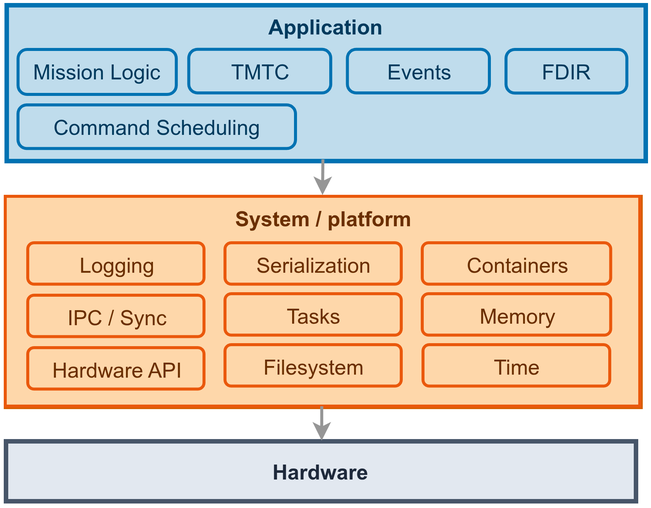
robamu/robamu.github.io keeps this draw.io diagram as static/sat-rs/book/images/satrs-arch-generic.drawio.png. Above is the earlier version. Source tidied: cells renumbered, new cells last; positions are measured from the earlier drawing's top-left corner, leaving out a move shared by most shapes.
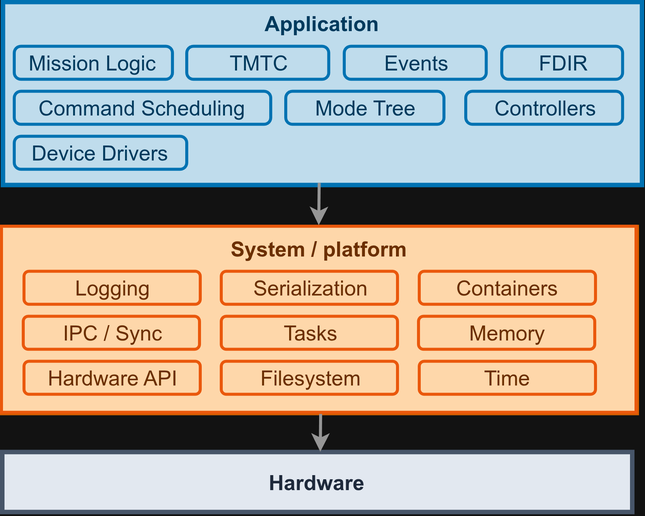
After the change.

Diff of the diagram source:
```diff
@@ -3,67 +3,73 @@
     <mxCell id="0" />
     <mxCell id="1" parent="0" />
     <mxCell id="2" value="Application" style="rounded=0;arcSize=20;strokeWidth=3;fillColor=#BFDCEC;strokeColor=#0072B2;fontSize=14;fontColor=#003A5D;labelBackgroundColor=none;fontStyle=1;labelPosition=center;verticalLabelPosition=middle;align=center;verticalAlign=top;spacingTop=0;perimeterSpacing=1;" parent="1" vertex="1">
-      <mxGeometry x="1" width="426" height="104" as="geometry" />
+      <mxGeometry x="1" y="-22" width="426" height="122" as="geometry" />
     </mxCell>
     <mxCell id="3" value="Hardware" style="rounded=0;arcSize=20;strokeWidth=3;fillColor=#E2E8F0;strokeColor=#475569;fontColor=#1E293B;labelBackgroundColor=none;fontStyle=1;fontSize=14;perimeterSpacing=1;" parent="1" vertex="1">
-      <mxGeometry x="0.5" y="291" width="420" height="40" as="geometry" />
+      <mxGeometry x="0.5" y="278" width="420" height="40" as="geometry" />
     </mxCell>
     <mxCell id="4" style="rounded=0;jettySize=auto;html=1;entryX=0.5;entryY=-0.006;entryDx=0;entryDy=0;entryPerimeter=0;strokeWidth=2;labelBackgroundColor=none;strokeColor=#969696;fontColor=default;exitX=0.496;exitY=0.984;exitDx=0;exitDy=0;exitPerimeter=0;edgeStyle=orthogonalEdgeStyle;curved=0;" parent="1" edge="1" source="2" target="6">
       <mxGeometry relative="1" as="geometry" />
     </mxCell>
     <mxCell id="5" style="group;fillColor=#FFF7ED;rounded=0;labelBackgroundColor=none;fontColor=#6B2F00;strokeColor=#D55E00;strokeWidth=3;perimeterSpacing=1;" parent="1" vertex="1">
-      <mxGeometry x="0.5" y="128" width="423" height="140" as="geometry" />
+      <mxGeometry x="0.5" y="128" width="423" height="124" as="geometry" />
     </mxCell>
     <mxCell id="6" value="System / platform" style="whiteSpace=wrap;strokeWidth=2;verticalAlign=top;fillColor=#FED7AA;strokeColor=#EA580C;fontColor=#6B2F00;fontSize=14;rounded=0;labelBackgroundColor=none;fontStyle=1;" parent="5" vertex="1">
-      <mxGeometry width="423" height="140" as="geometry" />
+      <mxGeometry width="423" height="124" as="geometry" />
     </mxCell>
-    <mxCell id="7" value="&lt;span style=&quot;font-weight: normal;&quot;&gt;Logging&lt;br&gt;&lt;/span&gt;" style="rounded=1;whiteSpace=wrap;html=1;fillColor=#FED7AA;fontColor=#6B2F00;strokeColor=#EA580C;labelBackgroundColor=none;strokeWidth=2;align=center;verticalAlign=top;fontFamily=Helvetica;fontSize=14;fontStyle=1;" parent="5" vertex="1">
-      <mxGeometry x="15" y="31" width="117.5" height="27.6" as="geometry" />
+    <mxCell id="7" value="&lt;span style=&quot;font-weight: normal;&quot;&gt;Logging&lt;br&gt;&lt;/span&gt;" style="rounded=1;whiteSpace=wrap;html=1;fillColor=#FED7AA;fontColor=#6B2F00;strokeColor=#EA580C;labelBackgroundColor=none;strokeWidth=2;align=center;verticalAlign=middle;fontFamily=Helvetica;fontSize=14;fontStyle=1;" parent="5" vertex="1">
+      <mxGeometry x="15" y="30" width="117.5" height="22" as="geometry" />
     </mxCell>
-    <mxCell id="8" value="&lt;span style=&quot;font-weight: normal;&quot;&gt;Serialization&lt;/span&gt;" style="rounded=1;whiteSpace=wrap;html=1;fillColor=#FED7AA;fontColor=#6B2F00;strokeColor=#EA580C;labelBackgroundColor=none;strokeWidth=2;align=center;verticalAlign=top;fontFamily=Helvetica;fontSize=14;fontStyle=1;" parent="5" vertex="1">
-      <mxGeometry x="146.5" y="31" width="117.5" height="27.6" as="geometry" />
+    <mxCell id="8" value="&lt;span style=&quot;font-weight: normal;&quot;&gt;Serialization&lt;/span&gt;" style="rounded=1;whiteSpace=wrap;html=1;fillColor=#FED7AA;fontColor=#6B2F00;strokeColor=#EA580C;labelBackgroundColor=none;strokeWidth=2;align=center;verticalAlign=middle;fontFamily=Helvetica;fontSize=14;fontStyle=1;" parent="5" vertex="1">
+      <mxGeometry x="146.5" y="30" width="117.5" height="22" as="geometry" />
     </mxCell>
-    <mxCell id="9" value="&lt;span style=&quot;font-weight: normal;&quot;&gt;Containers&lt;/span&gt;" style="rounded=1;whiteSpace=wrap;html=1;fillColor=#FED7AA;fontColor=#6B2F00;strokeColor=#EA580C;labelBackgroundColor=none;strokeWidth=2;align=center;verticalAlign=top;fontFamily=Helvetica;fontSize=14;fontStyle=1;" parent="5" vertex="1">
-      <mxGeometry x="278" y="31" width="125.6" height="27.6" as="geometry" />
+    <mxCell id="9" value="&lt;span style=&quot;font-weight: normal;&quot;&gt;Containers&lt;/span&gt;" style="rounded=1;whiteSpace=wrap;html=1;fillColor=#FED7AA;fontColor=#6B2F00;strokeColor=#EA580C;labelBackgroundColor=none;strokeWidth=2;align=center;verticalAlign=middle;fontFamily=Helvetica;fontSize=14;fontStyle=1;" parent="5" vertex="1">
+      <mxGeometry x="278.5" y="30" width="117.5" height="22" as="geometry" />
     </mxCell>
-    <mxCell id="10" value="&lt;span style=&quot;font-weight: normal;&quot;&gt;IPC / Sync&lt;/span&gt;" style="rounded=1;whiteSpace=wrap;html=1;fillColor=#FED7AA;fontColor=#6B2F00;strokeColor=#EA580C;labelBackgroundColor=none;strokeWidth=2;align=center;verticalAlign=top;fontFamily=Helvetica;fontSize=14;fontStyle=1;" parent="5" vertex="1">
-      <mxGeometry x="15" y="66" width="117.5" height="27.6" as="geometry" />
+    <mxCell id="10" value="&lt;span style=&quot;font-weight: normal;&quot;&gt;IPC / Sync&lt;/span&gt;" style="rounded=1;whiteSpace=wrap;html=1;fillColor=#FED7AA;fontColor=#6B2F00;strokeColor=#EA580C;labelBackgroundColor=none;strokeWidth=2;align=center;verticalAlign=middle;fontFamily=Helvetica;fontSize=14;fontStyle=1;" parent="5" vertex="1">
+      <mxGeometry x="14.5" y="60" width="117.5" height="22" as="geometry" />
     </mxCell>
-    <mxCell id="11" value="&lt;span style=&quot;font-weight: normal;&quot;&gt;Memory&lt;/span&gt;" style="rounded=1;whiteSpace=wrap;html=1;fillColor=#FED7AA;fontColor=#6B2F00;strokeColor=#EA580C;labelBackgroundColor=none;strokeWidth=2;align=center;verticalAlign=top;fontFamily=Helvetica;fontSize=14;fontStyle=1;" parent="5" vertex="1">
-      <mxGeometry x="278" y="65" width="125.6" height="27.6" as="geometry" />
+    <mxCell id="11" value="&lt;span style=&quot;font-weight: normal;&quot;&gt;Memory&lt;/span&gt;" style="rounded=1;whiteSpace=wrap;html=1;fillColor=#FED7AA;fontColor=#6B2F00;strokeColor=#EA580C;labelBackgroundColor=none;strokeWidth=2;align=center;verticalAlign=middle;fontFamily=Helvetica;fontSize=14;fontStyle=1;" parent="5" vertex="1">
+      <mxGeometry x="278" y="60" width="117.5" height="22" as="geometry" />
     </mxCell>
-    <mxCell id="12" value="&lt;span style=&quot;font-weight: normal;&quot;&gt;Tasks&lt;/span&gt;" style="rounded=1;whiteSpace=wrap;html=1;fillColor=#FED7AA;fontColor=#6B2F00;strokeColor=#EA580C;labelBackgroundColor=none;strokeWidth=2;align=center;verticalAlign=top;fontFamily=Helvetica;fontSize=14;fontStyle=1;" parent="5" vertex="1">
-      <mxGeometry x="146.5" y="65" width="117.5" height="27.6" as="geometry" />
+    <mxCell id="12" value="&lt;span style=&quot;font-weight: normal;&quot;&gt;Tasks&lt;/span&gt;" style="rounded=1;whiteSpace=wrap;html=1;fillColor=#FED7AA;fontColor=#6B2F00;strokeColor=#EA580C;labelBackgroundColor=none;strokeWidth=2;align=center;verticalAlign=middle;fontFamily=Helvetica;fontSize=14;fontStyle=1;" parent="5" vertex="1">
+      <mxGeometry x="146.5" y="60" width="117.5" height="22" as="geometry" />
     </mxCell>
-    <mxCell id="13" value="&lt;span style=&quot;font-weight: normal;&quot;&gt;Hardware API&lt;/span&gt;" style="rounded=1;whiteSpace=wrap;html=1;fillColor=#FED7AA;fontColor=#6B2F00;strokeColor=#EA580C;labelBackgroundColor=none;strokeWidth=2;align=center;verticalAlign=top;fontFamily=Helvetica;fontSize=14;fontStyle=1;" parent="5" vertex="1">
-      <mxGeometry x="15" y="101" width="117.5" height="27.6" as="geometry" />
+    <mxCell id="13" value="&lt;span style=&quot;font-weight: normal;&quot;&gt;Hardware API&lt;/span&gt;" style="rounded=1;whiteSpace=wrap;html=1;fillColor=#FED7AA;fontColor=#6B2F00;strokeColor=#EA580C;labelBackgroundColor=none;strokeWidth=2;align=center;verticalAlign=middle;fontFamily=Helvetica;fontSize=14;fontStyle=1;" parent="5" vertex="1">
+      <mxGeometry x="15" y="90" width="117.5" height="22" as="geometry" />
     </mxCell>
-    <mxCell id="14" value="&lt;span style=&quot;font-weight: normal;&quot;&gt;Filesystem&lt;/span&gt;" style="rounded=1;whiteSpace=wrap;html=1;fillColor=#FED7AA;fontColor=#6B2F00;strokeColor=#EA580C;labelBackgroundColor=none;strokeWidth=2;align=center;verticalAlign=top;fontFamily=Helvetica;fontSize=14;fontStyle=1;" parent="5" vertex="1">
-      <mxGeometry x="146.5" y="99" width="117.5" height="27.6" as="geometry" />
+    <mxCell id="14" value="&lt;span style=&quot;font-weight: normal;&quot;&gt;Filesystem&lt;/span&gt;" style="rounded=1;whiteSpace=wrap;html=1;fillColor=#FED7AA;fontColor=#6B2F00;strokeColor=#EA580C;labelBackgroundColor=none;strokeWidth=2;align=center;verticalAlign=middle;fontFamily=Helvetica;fontSize=14;fontStyle=1;" parent="5" vertex="1">
+      <mxGeometry x="146.5" y="90" width="117.5" height="22" as="geometry" />
     </mxCell>
-    <mxCell id="15" value="&lt;span style=&quot;font-weight: normal;&quot;&gt;Time&lt;/span&gt;" style="rounded=1;whiteSpace=wrap;html=1;fillColor=#FED7AA;fontColor=#6B2F00;strokeColor=#EA580C;labelBackgroundColor=none;strokeWidth=2;align=center;verticalAlign=top;fontFamily=Helvetica;fontSize=14;fontStyle=1;" parent="5" vertex="1">
-      <mxGeometry x="278.5" y="99" width="124.5" height="27.6" as="geometry" />
+    <mxCell id="15" value="&lt;span style=&quot;font-weight: normal;&quot;&gt;Time&lt;/span&gt;" style="rounded=1;whiteSpace=wrap;html=1;fillColor=#FED7AA;fontColor=#6B2F00;strokeColor=#EA580C;labelBackgroundColor=none;strokeWidth=2;align=center;verticalAlign=middle;fontFamily=Helvetica;fontSize=14;fontStyle=1;" parent="5" vertex="1">
+      <mxGeometry x="278.5" y="90" width="117.5" height="22" as="geometry" />
     </mxCell>
-    <mxCell id="16" style="edgeStyle=orthogonalEdgeStyle;rounded=0;orthogonalLoop=1;jettySize=auto;html=1;entryX=0.5;entryY=0;entryDx=0;entryDy=0;fontColor=#000000;strokeColor=#969696;strokeWidth=2;exitX=0.46;exitY=1.008;exitDx=0;exitDy=0;exitPerimeter=0;" parent="1" edge="1">
-      <mxGeometry relative="1" as="geometry">
-        <mxPoint x="212.5" y="269.1" as="sourcePoint" />
-        <mxPoint x="211.5" y="291" as="targetPoint" />
-      </mxGeometry>
+    <mxCell id="16" style="edgeStyle=orthogonalEdgeStyle;rounded=0;jettySize=auto;html=1;entryX=0.506;entryY=0.031;entryDx=0;entryDy=0;fontColor=#000000;strokeColor=#969696;strokeWidth=2;exitX=0.503;exitY=1.009;exitDx=0;exitDy=0;entryPerimeter=0;exitPerimeter=0;" parent="1" edge="1" source="6" target="3">
+      <mxGeometry relative="1" as="geometry" />
     </mxCell>
-    <mxCell id="17" value="&lt;span style=&quot;font-weight: normal;&quot;&gt;Command Scheduling&lt;/span&gt;" style="rounded=1;whiteSpace=wrap;html=1;fillColor=#BFDCEC;fontColor=#003A5D;strokeColor=#0072B2;labelBackgroundColor=none;strokeWidth=2;align=center;verticalAlign=top;fontFamily=Helvetica;fontSize=14;fontStyle=1;spacingTop=0;arcSize=20;" parent="1" vertex="1">
-      <mxGeometry x="9" y="67" width="185" height="29.1" as="geometry" />
+    <mxCell id="17" value="&lt;span style=&quot;font-weight: normal;&quot;&gt;Command Scheduling&lt;/span&gt;" style="rounded=1;whiteSpace=wrap;html=1;fillColor=#BFDCEC;fontColor=#003A5D;strokeColor=#0072B2;labelBackgroundColor=none;strokeWidth=2;align=center;verticalAlign=middle;fontFamily=Helvetica;fontSize=14;fontStyle=1;spacingTop=0;arcSize=20;" parent="1" vertex="1">
+      <mxGeometry x="9" y="38" width="171" height="22" as="geometry" />
     </mxCell>
-    <mxCell id="18" value="&lt;span style=&quot;font-weight: normal;&quot;&gt;Mission Logic&lt;/span&gt;" style="rounded=1;whiteSpace=wrap;html=1;fillColor=#BFDCEC;fontColor=#003A5D;strokeColor=#0072B2;labelBackgroundColor=none;strokeWidth=2;align=center;verticalAlign=top;fontFamily=Helvetica;fontSize=14;fontStyle=1;spacingTop=0;arcSize=20;" parent="1" vertex="1">
-      <mxGeometry x="9" y="30" width="105.5" height="30" as="geometry" />
+    <mxCell id="18" value="&lt;span style=&quot;font-weight: normal;&quot;&gt;Mission Logic&lt;/span&gt;" style="rounded=1;whiteSpace=wrap;html=1;fillColor=#BFDCEC;fontColor=#003A5D;strokeColor=#0072B2;labelBackgroundColor=none;strokeWidth=2;align=center;verticalAlign=middle;fontFamily=Helvetica;fontSize=14;fontStyle=1;spacingTop=0;arcSize=20;" parent="1" vertex="1">
+      <mxGeometry x="9" y="8" width="105.5" height="22" as="geometry" />
     </mxCell>
-    <mxCell id="19" value="&lt;span style=&quot;font-weight: normal;&quot;&gt;Events&lt;/span&gt;" style="rounded=1;whiteSpace=wrap;html=1;fillColor=#BFDCEC;fontColor=#003A5D;strokeColor=#0072B2;labelBackgroundColor=none;strokeWidth=2;align=center;verticalAlign=top;fontFamily=Helvetica;fontSize=14;fontStyle=1;spacingTop=0;arcSize=20;" parent="1" vertex="1">
-      <mxGeometry x="228.6" y="29.9" width="94.7" height="29.1" as="geometry" />
+    <mxCell id="19" value="&lt;span style=&quot;font-weight: normal;&quot;&gt;Events&lt;/span&gt;" style="rounded=1;whiteSpace=wrap;html=1;fillColor=#BFDCEC;fontColor=#003A5D;strokeColor=#0072B2;labelBackgroundColor=none;strokeWidth=2;align=center;verticalAlign=middle;fontFamily=Helvetica;fontSize=14;fontStyle=1;spacingTop=0;arcSize=20;" parent="1" vertex="1">
+      <mxGeometry x="229" y="8" width="94.7" height="22" as="geometry" />
     </mxCell>
-    <mxCell id="20" value="&lt;span style=&quot;font-weight: normal;&quot;&gt;FDIR&lt;/span&gt;" style="rounded=1;whiteSpace=wrap;html=1;fillColor=#BFDCEC;fontColor=#003A5D;strokeColor=#0072B2;labelBackgroundColor=none;strokeWidth=2;align=center;verticalAlign=top;fontFamily=Helvetica;fontSize=14;fontStyle=1;spacingTop=0;arcSize=20;" parent="1" vertex="1">
-      <mxGeometry x="334.3" y="30" width="80.6" height="29.1" as="geometry" />
+    <mxCell id="20" value="&lt;span style=&quot;font-weight: normal;&quot;&gt;FDIR&lt;/span&gt;" style="rounded=1;whiteSpace=wrap;html=1;fillColor=#BFDCEC;fontColor=#003A5D;strokeColor=#0072B2;labelBackgroundColor=none;strokeWidth=2;align=center;verticalAlign=middle;fontFamily=Helvetica;fontSize=14;fontStyle=1;spacingTop=0;arcSize=20;" parent="1" vertex="1">
+      <mxGeometry x="334" y="8" width="80.6" height="22" as="geometry" />
     </mxCell>
-    <mxCell id="21" value="&lt;span style=&quot;font-weight: normal;&quot;&gt;TMTC&lt;/span&gt;" style="rounded=1;whiteSpace=wrap;html=1;fillColor=#BFDCEC;fontColor=#003A5D;strokeColor=#0072B2;labelBackgroundColor=none;strokeWidth=2;align=center;verticalAlign=top;fontFamily=Helvetica;fontSize=14;fontStyle=1;spacingTop=0;arcSize=20;" parent="1" vertex="1">
-      <mxGeometry x="122.8" y="29.9" width="94.7" height="29.1" as="geometry" />
+    <mxCell id="21" value="&lt;span style=&quot;font-weight: normal;&quot;&gt;TMTC&lt;/span&gt;" style="rounded=1;whiteSpace=wrap;html=1;fillColor=#BFDCEC;fontColor=#003A5D;strokeColor=#0072B2;labelBackgroundColor=none;strokeWidth=2;align=center;verticalAlign=middle;fontFamily=Helvetica;fontSize=14;fontStyle=1;spacingTop=0;arcSize=20;" parent="1" vertex="1">
+      <mxGeometry x="124" y="8" width="94.7" height="22" as="geometry" />
     </mxCell>
+    <mxCell id="22" value="&lt;span style=&quot;font-weight: normal;&quot;&gt;Mode Tree&lt;/span&gt;" style="rounded=1;whiteSpace=wrap;html=1;fillColor=#BFDCEC;fontColor=#003A5D;strokeColor=#0072B2;labelBackgroundColor=none;strokeWidth=2;align=center;verticalAlign=middle;fontFamily=Helvetica;fontSize=14;fontStyle=1;spacingTop=0;arcSize=20;" parent="1" vertex="1">
+      <mxGeometry x="190" y="38" width="105.5" height="22" as="geometry" />
+    </mxCell>
+    <mxCell id="23" value="&lt;span style=&quot;font-weight: normal;&quot;&gt;Controllers&lt;/span&gt;" style="rounded=1;whiteSpace=wrap;html=1;fillColor=#BFDCEC;fontColor=#003A5D;strokeColor=#0072B2;labelBackgroundColor=none;strokeWidth=2;align=center;verticalAlign=middle;fontFamily=Helvetica;fontSize=14;fontStyle=1;spacingTop=0;arcSize=20;" parent="1" vertex="1">
+      <mxGeometry x="310" y="38" width="104.6" height="22" as="geometry" />
+    </mxCell>
+    <mxCell id="24" value="&lt;span style=&quot;font-weight: normal;&quot;&gt;Device Drivers&lt;/span&gt;" style="rounded=1;whiteSpace=wrap;html=1;fillColor=#BFDCEC;fontColor=#003A5D;strokeColor=#0072B2;labelBackgroundColor=none;strokeWidth=2;align=center;verticalAlign=middle;fontFamily=Helvetica;fontSize=14;fontStyle=1;spacingTop=0;arcSize=20;" parent="1" vertex="1">
+      <mxGeometry x="9" y="68" width="115" height="22" as="geometry" />
+    </mxCell>
   </root>
 </mxGraphModel>
```
